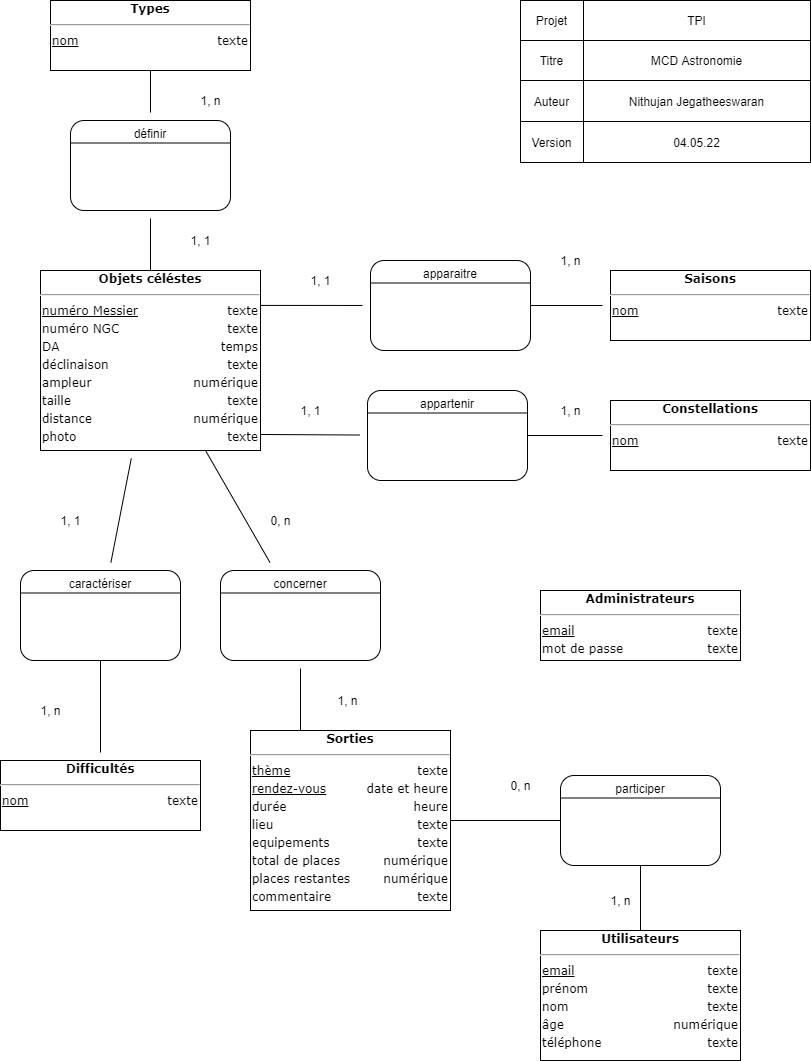
Before: analyse/MCD-astronomie.png, a diagram exported from draw.io (J-Nithujan/TPI-astronomie). Source tidied: cells renumbered, new cells last; positions are measured from the earlier drawing's top-left corner, leaving out a move shared by most shapes.
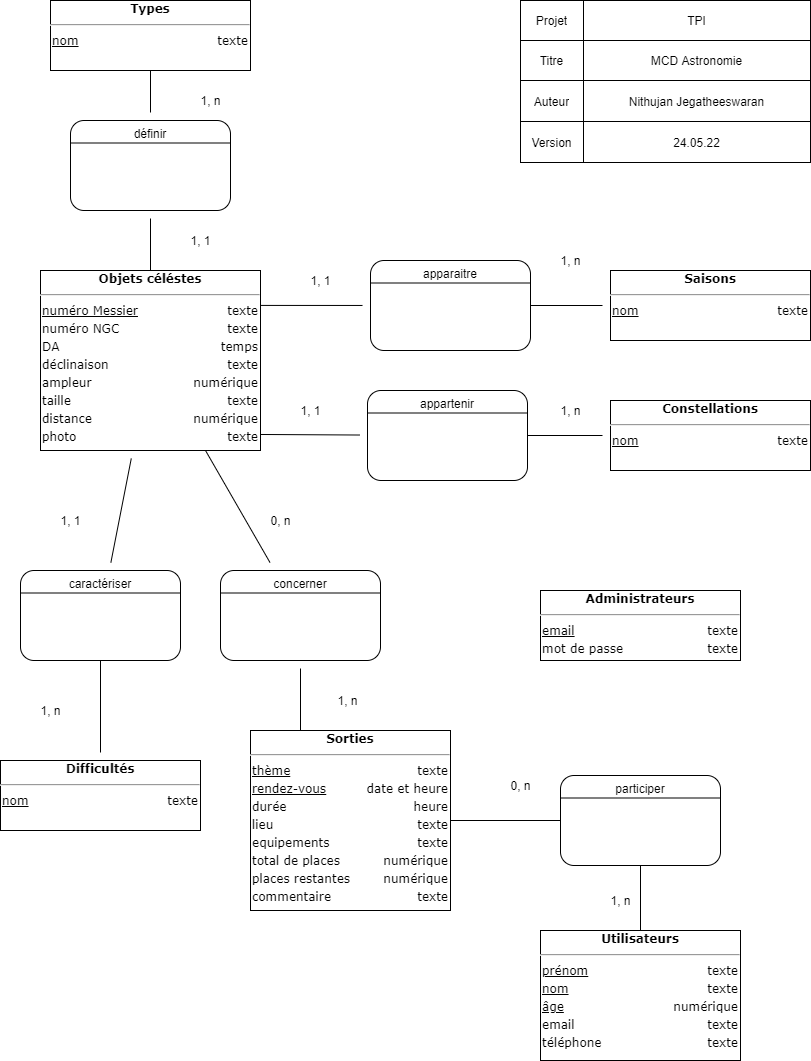
After the commit.

Change to the diagram source:
```diff
@@ -41,13 +41,13 @@
     <mxCell id="14" value="Version" style="shape=partialRectangle;html=1;whiteSpace=wrap;fillColor=none;top=0;left=0;bottom=0;right=0;overflow=hidden;" parent="13" vertex="1">
       <mxGeometry width="63" height="41" as="geometry" />
     </mxCell>
-    <mxCell id="15" value="04.05.22" style="shape=partialRectangle;html=1;whiteSpace=wrap;fillColor=none;top=0;left=0;bottom=0;right=0;overflow=hidden;" parent="13" vertex="1">
+    <mxCell id="15" value="24.05.22" style="shape=partialRectangle;html=1;whiteSpace=wrap;fillColor=none;top=0;left=0;bottom=0;right=0;overflow=hidden;" parent="13" vertex="1">
       <mxGeometry x="63" width="227" height="41" as="geometry" />
     </mxCell>
     <mxCell id="16" value="&lt;div style=&quot;box-sizing: border-box ; width: 100% ; padding: 2px&quot;&gt;&lt;span style=&quot;background-color: rgb(255 , 255 , 255)&quot;&gt;&lt;b&gt;Administrateurs&lt;/b&gt;&lt;/span&gt;&lt;/div&gt;&lt;hr&gt;&lt;table style=&quot;width: 100% ; font-size: 1em&quot; cellpadding=&quot;2&quot; cellspacing=&quot;0&quot;&gt;&lt;tbody&gt;&lt;tr&gt;&lt;td style=&quot;text-align: left&quot;&gt;&lt;u&gt;email&lt;/u&gt;&lt;/td&gt;&lt;td style=&quot;text-align: right&quot;&gt;texte&lt;br&gt;&lt;/td&gt;&lt;/tr&gt;&lt;tr&gt;&lt;td style=&quot;text-align: left&quot;&gt;mot de passe&lt;/td&gt;&lt;td style=&quot;text-align: right&quot;&gt;texte&lt;/td&gt;&lt;/tr&gt;&lt;/tbody&gt;&lt;/table&gt;" style="verticalAlign=top;align=center;overflow=fill;html=1;rounded=0;shadow=0;comic=0;labelBackgroundColor=none;strokeColor=#000000;strokeWidth=1;fillColor=#ffffff;fontFamily=Verdana;fontSize=12;fontColor=#000000;hachureGap=4;" parent="1" vertex="1">
       <mxGeometry x="540" y="590" width="200" height="70" as="geometry" />
     </mxCell>
-    <mxCell id="17" value="&lt;div style=&quot;box-sizing: border-box ; width: 100% ; padding: 2px&quot;&gt;&lt;span style=&quot;background-color: rgb(255 , 255 , 255)&quot;&gt;&lt;b&gt;Utilisateurs&lt;/b&gt;&lt;/span&gt;&lt;/div&gt;&lt;hr&gt;&lt;table style=&quot;width: 100% ; font-size: 1em&quot; cellpadding=&quot;2&quot; cellspacing=&quot;0&quot;&gt;&lt;tbody&gt;&lt;tr&gt;&lt;td style=&quot;text-align: left&quot;&gt;&lt;u&gt;email&lt;/u&gt;&lt;/td&gt;&lt;td style=&quot;text-align: right&quot;&gt;texte&lt;br&gt;&lt;/td&gt;&lt;/tr&gt;&lt;tr&gt;&lt;td style=&quot;text-align: left&quot;&gt;prénom&lt;br&gt;&lt;/td&gt;&lt;td style=&quot;text-align: right&quot;&gt;texte&lt;br&gt;&lt;/td&gt;&lt;/tr&gt;&lt;tr&gt;&lt;td style=&quot;text-align: left&quot;&gt;nom&lt;/td&gt;&lt;td style=&quot;text-align: right&quot;&gt;texte&lt;br&gt;&lt;/td&gt;&lt;/tr&gt;&lt;tr&gt;&lt;td style=&quot;text-align: left&quot;&gt;âge&lt;/td&gt;&lt;td style=&quot;text-align: right&quot;&gt;numérique&lt;/td&gt;&lt;/tr&gt;&lt;tr&gt;&lt;td style=&quot;text-align: left&quot;&gt;téléphone&lt;/td&gt;&lt;td style=&quot;text-align: right&quot;&gt;texte&lt;/td&gt;&lt;/tr&gt;&lt;/tbody&gt;&lt;/table&gt;" style="verticalAlign=top;align=center;overflow=fill;html=1;rounded=0;shadow=0;comic=0;labelBackgroundColor=none;strokeColor=#000000;strokeWidth=1;fillColor=#ffffff;fontFamily=Verdana;fontSize=12;fontColor=#000000;hachureGap=4;" parent="1" vertex="1">
+    <mxCell id="17" value="&lt;div style=&quot;box-sizing: border-box ; width: 100% ; padding: 2px&quot;&gt;&lt;span style=&quot;background-color: rgb(255 , 255 , 255)&quot;&gt;&lt;b&gt;Utilisateurs&lt;/b&gt;&lt;/span&gt;&lt;/div&gt;&lt;hr&gt;&lt;table style=&quot;width: 100% ; font-size: 1em&quot; cellpadding=&quot;2&quot; cellspacing=&quot;0&quot;&gt;&lt;tbody&gt;&lt;tr&gt;&lt;td style=&quot;text-align: left&quot;&gt;&lt;u&gt;prénom&lt;/u&gt;&lt;br&gt;&lt;/td&gt;&lt;td style=&quot;text-align: right&quot;&gt;texte&lt;br&gt;&lt;/td&gt;&lt;/tr&gt;&lt;tr&gt;&lt;td style=&quot;text-align: left&quot;&gt;&lt;u&gt;nom&lt;/u&gt;&lt;/td&gt;&lt;td style=&quot;text-align: right&quot;&gt;texte&lt;br&gt;&lt;/td&gt;&lt;/tr&gt;&lt;tr&gt;&lt;td style=&quot;text-align: left&quot;&gt;&lt;u&gt;âge&lt;/u&gt;&lt;/td&gt;&lt;td style=&quot;text-align: right&quot;&gt;numérique&lt;/td&gt;&lt;/tr&gt;&lt;tr&gt;&lt;td style=&quot;text-align: left&quot;&gt;email&lt;/td&gt;&lt;td style=&quot;text-align: right&quot;&gt;texte&lt;/td&gt;&lt;/tr&gt;&lt;tr&gt;&lt;td style=&quot;text-align: left&quot;&gt;téléphone&lt;/td&gt;&lt;td style=&quot;text-align: right&quot;&gt;texte&lt;/td&gt;&lt;/tr&gt;&lt;/tbody&gt;&lt;/table&gt;" style="verticalAlign=top;align=center;overflow=fill;html=1;rounded=0;shadow=0;comic=0;labelBackgroundColor=none;strokeColor=#000000;strokeWidth=1;fillColor=#ffffff;fontFamily=Verdana;fontSize=12;fontColor=#000000;hachureGap=4;" parent="1" vertex="1">
       <mxGeometry x="540" y="930" width="200" height="130" as="geometry" />
     </mxCell>
     <mxCell id="18" style="edgeStyle=none;curved=1;rounded=0;jettySize=auto;html=1;exitX=1;exitY=0.5;exitDx=0;exitDy=0;endArrow=none;endFill=0;startSize=14;endSize=14;sourcePerimeterSpacing=8;targetPerimeterSpacing=8;entryX=0;entryY=0.5;entryDx=0;entryDy=0;" parent="1" edge="1" source="19" target="21">
```
